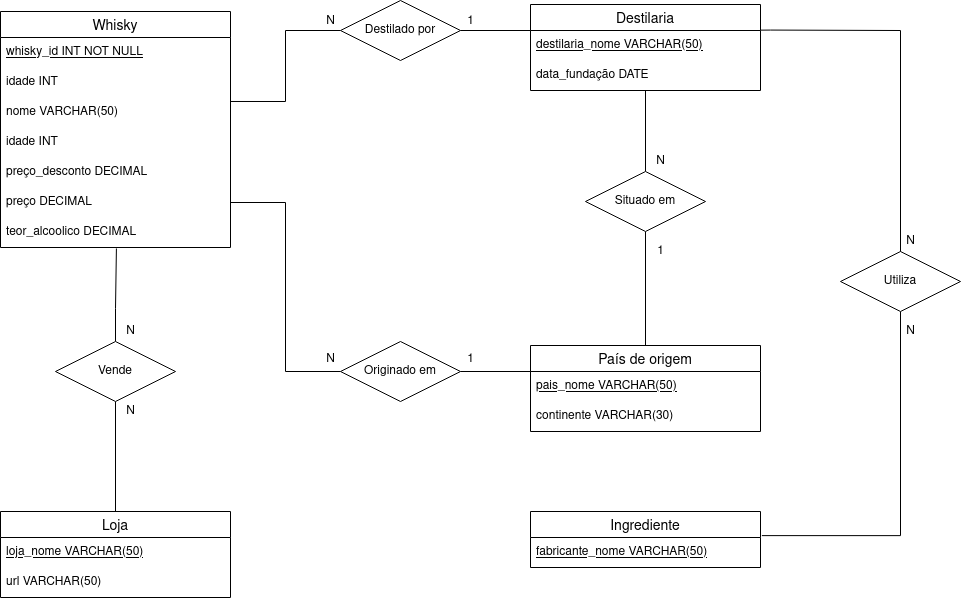
Above: diagrama-ER.png in felipedallmann/Trabalho_Banco_de_Dados (draw.io), before the change. Source tidied: cells renumbered, new cells last; positions are measured from the earlier drawing's top-left corner, leaving out a move shared by most shapes.
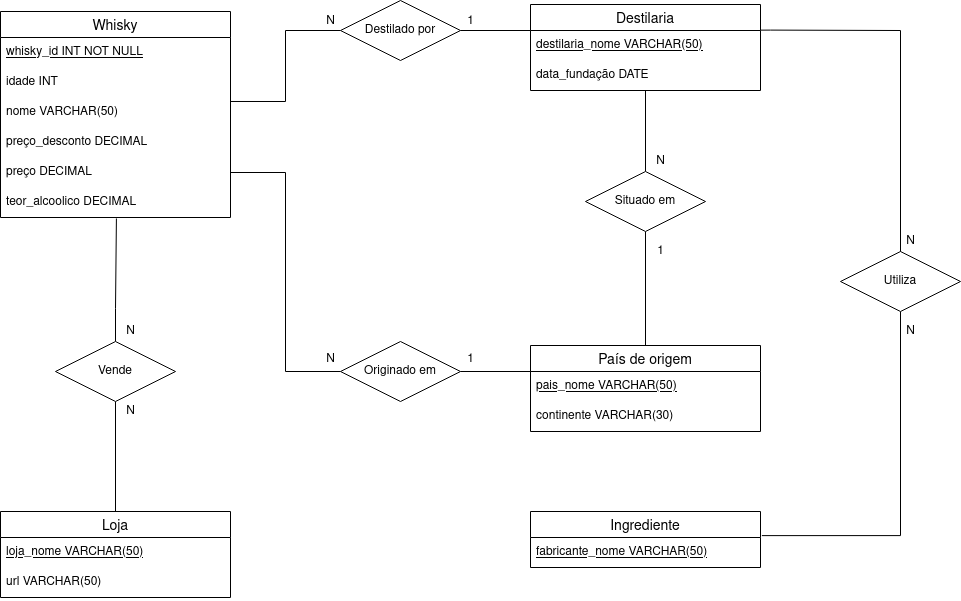
Above is the later version.

Commit message:
Remover campo idade repetido no diagrama.

Change to the diagram source:
```diff
@@ -3,7 +3,7 @@
     <mxCell id="0" />
     <mxCell id="1" parent="0" />
     <mxCell id="2" value="Whisky" style="swimlane;fontStyle=0;horizontal=1;startSize=26;align=center;fontSize=14;" parent="1" vertex="1">
-      <mxGeometry y="11" width="230" height="236" as="geometry" />
+      <mxGeometry y="11" width="230" height="206" as="geometry" />
     </mxCell>
     <mxCell id="3" value="whisky_id INT NOT NULL" style="text;strokeColor=none;fillColor=none;spacingLeft=4;spacingRight=4;overflow=hidden;fontSize=12;fontStyle=4;" parent="2" vertex="1">
       <mxGeometry y="26" width="230" height="30" as="geometry" />
@@ -14,17 +14,14 @@
     <mxCell id="5" value="nome VARCHAR(50)" style="text;strokeColor=none;fillColor=none;spacingLeft=4;spacingRight=4;overflow=hidden;points=[[0,0.5],[1,0.5]];portConstraint=eastwest;fontSize=12;" parent="2" vertex="1">
       <mxGeometry y="86" width="230" height="30" as="geometry" />
     </mxCell>
-    <mxCell id="6" value="idade INT" style="text;strokeColor=none;fillColor=none;spacingLeft=4;spacingRight=4;overflow=hidden;fontSize=12;" parent="2" vertex="1">
-      <mxGeometry y="116" width="230" height="30" as="geometry" />
-    </mxCell>
     <mxCell id="7" value="preço_desconto DECIMAL" style="text;strokeColor=none;fillColor=none;spacingLeft=4;spacingRight=4;overflow=hidden;fontSize=12;" parent="2" vertex="1">
-      <mxGeometry y="146" width="230" height="30" as="geometry" />
+      <mxGeometry y="116" width="230" height="30" as="geometry" />
     </mxCell>
     <mxCell id="8" value="preço DECIMAL" style="text;strokeColor=none;fillColor=none;spacingLeft=4;spacingRight=4;overflow=hidden;points=[[0,0.5],[1,0.5]];portConstraint=eastwest;fontSize=12;" parent="2" vertex="1">
-      <mxGeometry y="176" width="230" height="30" as="geometry" />
+      <mxGeometry y="146" width="230" height="30" as="geometry" />
     </mxCell>
     <mxCell id="9" value="teor_alcoolico DECIMAL" style="text;strokeColor=none;fillColor=none;spacingLeft=4;spacingRight=4;overflow=hidden;points=[[0,0.5],[1,0.5]];portConstraint=eastwest;fontSize=12;" parent="2" vertex="1">
-      <mxGeometry y="206" width="230" height="30" as="geometry" />
+      <mxGeometry y="176" width="230" height="30" as="geometry" />
     </mxCell>
     <mxCell id="10" value="Destilaria" style="swimlane;fontStyle=0;horizontal=1;startSize=26;align=center;fontSize=14;" parent="1" vertex="1">
       <mxGeometry x="530" y="4" width="230" height="86" as="geometry" />
```
